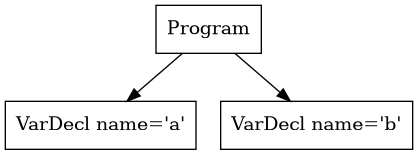
This is p2-parser/tree.png from purejerome/cs432_project, a Graphviz export, as it was before one commit. Its source is kept beside it as p2-parser/tree.dot.
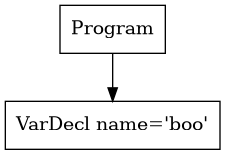
Later version of the same file.

The edit, as a diff of the source:
```diff
@@ -1,7 +1,5 @@
 digraph AST {
-1 [shape=box, label="VarDecl name='a'"];
-2 [shape=box, label="VarDecl name='b'"];
+1 [shape=box, label="VarDecl name='boo'"];
 0 [shape=box, label="Program"];
 0 -> 1;
-0 -> 2;
 }
```
